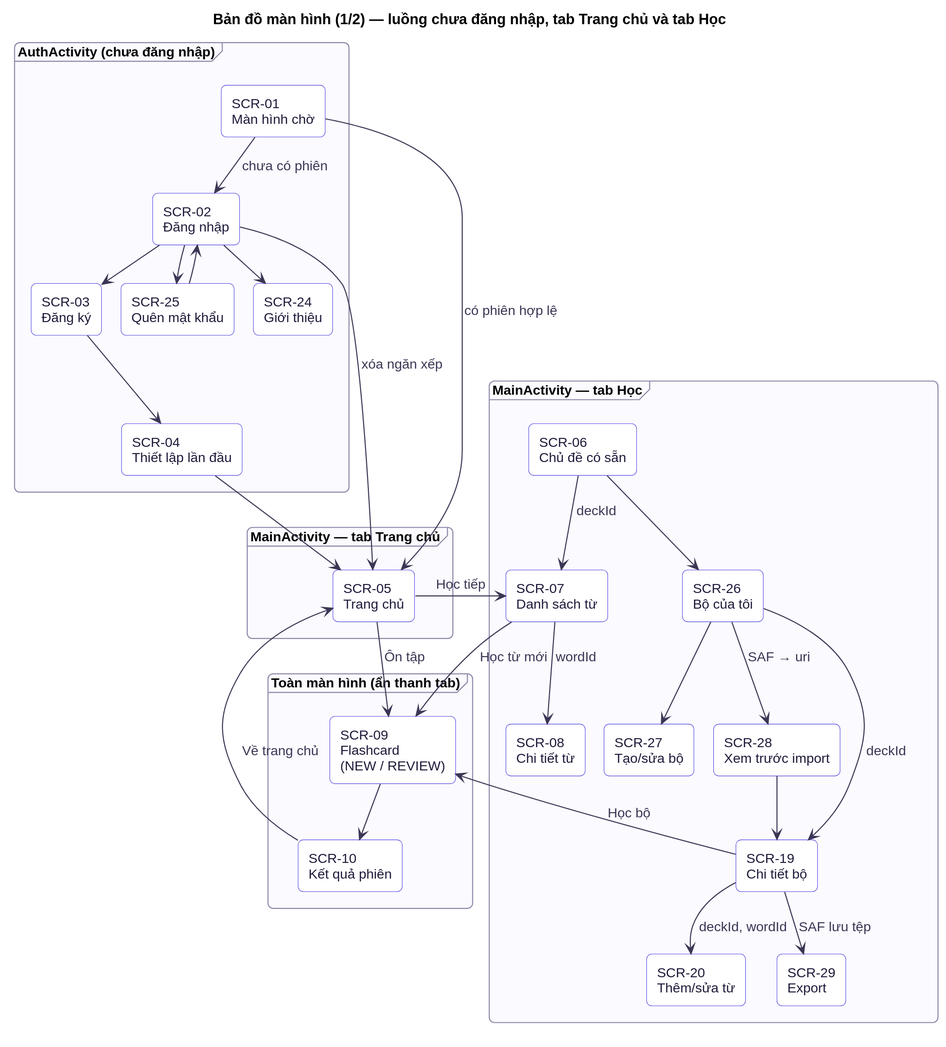
This is docs/diagrams/architecture/arc-navigation-auth-home-learn.svg from at1308033-sketch/LearningE_app, a PlantUML export, as it was before one commit.
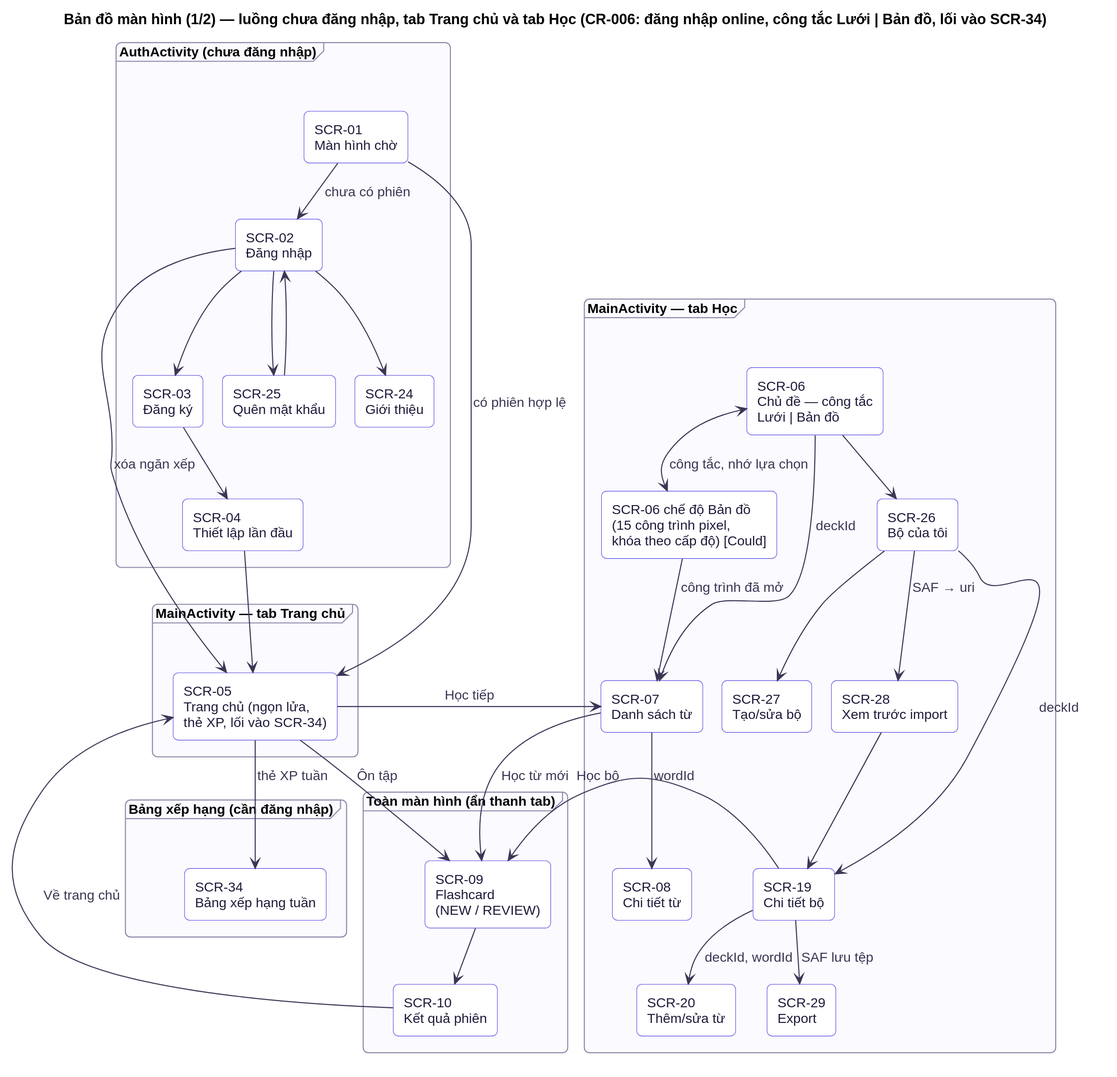
After the commit.

The edit, as a diff of the source:
```diff
@@ -1,6 +1,6 @@
 @startuml
 !include ../_style.puml
-title Bản đồ màn hình (1/2) — luồng chưa đăng nhập, tab Trang chủ và tab Học
+title Bản đồ màn hình (1/2) — luồng chưa đăng nhập, tab Trang chủ và tab Học (CR-006: đăng nhập online, công tắc Lưới | Bản đồ, lối vào SCR-34)
 skinparam rectangle {
   BackgroundColor #FFFFFF
   BorderColor #5146E0
@@ -20,11 +20,12 @@
 }
 
 frame "MainActivity — tab Trang chủ" {
-  rectangle "SCR-05\nTrang chủ" as S05
+  rectangle "SCR-05\nTrang chủ (ngọn lửa,\nthẻ XP, lối vào SCR-34)" as S05
 }
 
 frame "MainActivity — tab Học" {
-  rectangle "SCR-06\nChủ đề có sẵn" as S06
+  rectangle "SCR-06\nChủ đề — công tắc\nLưới | Bản đồ" as S06
+  rectangle "SCR-06 chế độ Bản đồ\n(15 công trình pixel,\nkhóa theo cấp độ) [Could]" as S06M
   rectangle "SCR-07\nDanh sách từ" as S07
   rectangle "SCR-08\nChi tiết từ" as S08
   rectangle "SCR-26\nBộ của tôi" as S26
@@ -33,6 +34,10 @@
   rectangle "SCR-19\nChi tiết bộ" as S19
   rectangle "SCR-20\nThêm/sửa từ" as S20
   rectangle "SCR-29\nExport" as S29
+}
+
+frame "Bảng xếp hạng (cần đăng nhập)" {
+  rectangle "SCR-34\nBảng xếp hạng tuần" as S34
 }
 
 frame "Toàn màn hình (ẩn thanh tab)" {
@@ -53,6 +58,8 @@
 S05 --> S09 : Ôn tập
 S05 --> S07 : Học tiếp
 S06 --> S07 : deckId
+S06 <--> S06M : công tắc, nhớ lựa chọn
+S06M --> S07 : công trình đã mở
 S07 --> S08 : wordId
 S07 --> S09 : Học từ mới
 S06 --> S26
@@ -65,4 +72,5 @@
 S19 --> S09 : Học bộ
 S09 --> S10
 S10 --> S05 : Về trang chủ
+S05 --> S34 : thẻ XP tuần
 @enduml
```
